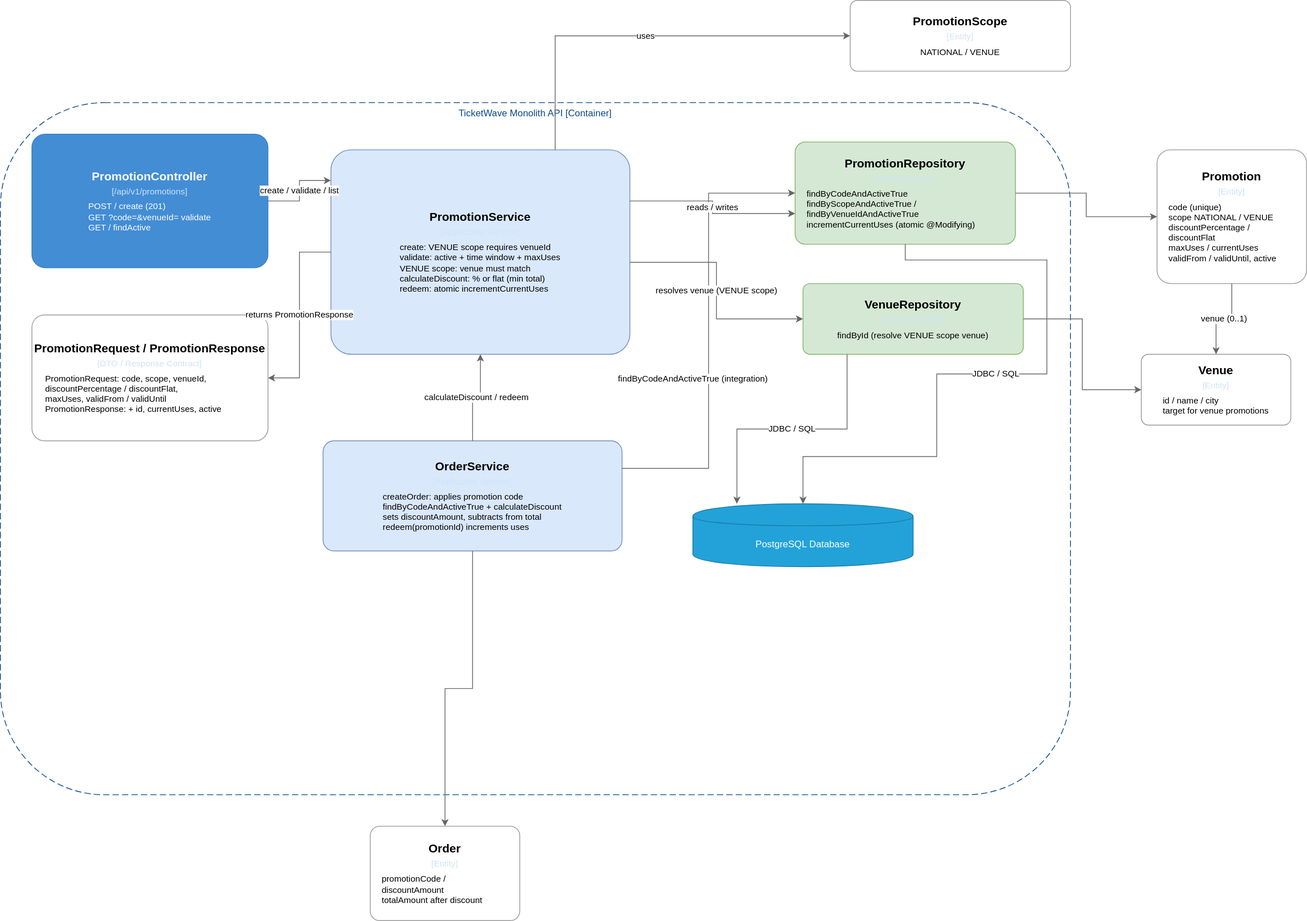
Earlier version of the draw.io export diagrams/c4model/ticketwave-c3-promotions-service.drawio.svg (Juanchoque1206/soe-TicketWave). Source tidied: cells renumbered, new cells last; positions are measured from the earlier drawing's top-left corner, leaving out a move shared by most shapes.
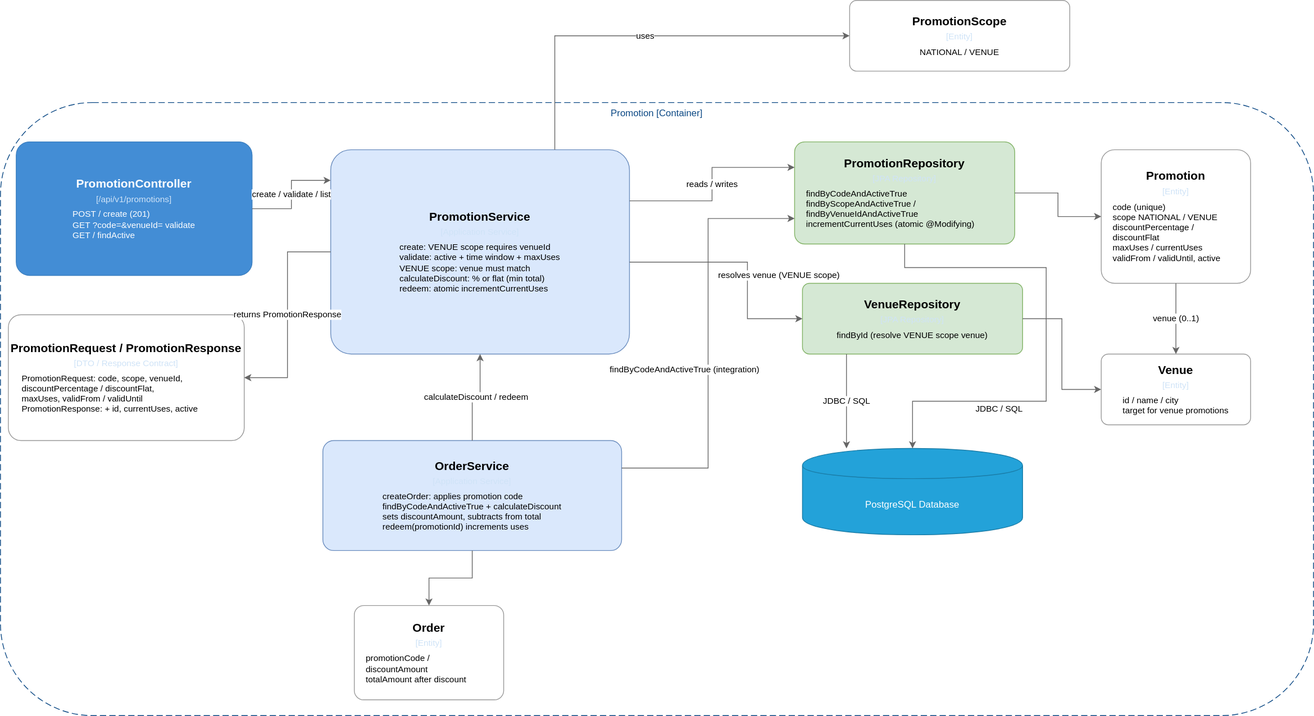
The same diagram one commit later.

Change to the diagram source:
```diff
@@ -2,14 +2,14 @@
   <root>
     <mxCell id="0" />
     <mxCell id="1" parent="0" />
-    <mxCell id="2" value="TicketWave Monolith API [Container]" style="group;rounded=1;whiteSpace=wrap;html=1;dashed=1;strokeColor=#0b4884;fillColor=none;fontColor=#0b4884;dashPattern=8 4;" parent="1" vertex="1">
-      <mxGeometry y="130" width="1360" height="880" as="geometry" />
+    <mxCell id="2" value="Promotion&amp;nbsp;[Container]" style="group;rounded=1;whiteSpace=wrap;html=1;dashed=1;strokeColor=#0b4884;fillColor=none;fontColor=#0b4884;dashPattern=8 4;" parent="1" vertex="1">
+      <mxGeometry y="130" width="1670" height="780" as="geometry" />
     </mxCell>
     <mxCell id="3" value="&lt;div style=&quot;border-color: rgb(218, 220, 224); font-size: 15px; font-weight: bold; margin-bottom: 4px;&quot;&gt;PromotionController&lt;/div&gt;&lt;div style=&quot;border-color: rgb(218, 220, 224); font-size: 11px; color: rgb(207, 227, 247); margin-bottom: 6px;&quot;&gt;[/api/v1/promotions]&lt;/div&gt;&lt;div style=&quot;border-color: rgb(218, 220, 224); font-size: 11px; text-align: left; padding: 0px 14px;&quot;&gt;POST /  create (201)&lt;/div&gt;&lt;div style=&quot;border-color: rgb(218, 220, 224); font-size: 11px; text-align: left; padding: 0px 14px;&quot;&gt;GET ?code=&amp;venueId=  validate&lt;/div&gt;&lt;div style=&quot;border-color: rgb(218, 220, 224); font-size: 11px; text-align: left; padding: 0px 14px;&quot;&gt;GET /  findActive&lt;/div&gt;" style="rounded=1;whiteSpace=wrap;html=1;fillColor=#438dd5;strokeColor=#3c7fc0;fontColor=#ffffff;arcSize=10;" parent="1" vertex="1">
-      <mxGeometry x="40" y="170" width="300" height="170" as="geometry" />
+      <mxGeometry x="20" y="180" width="300" height="170" as="geometry" />
     </mxCell>
     <mxCell id="4" value="&lt;div style=&quot;border-color: rgb(218, 220, 224); font-size: 15px; font-weight: bold; margin-bottom: 4px;&quot;&gt;PromotionRequest / PromotionResponse&lt;/div&gt;&lt;div style=&quot;border-color: rgb(218, 220, 224); font-size: 11px; color: rgb(207, 227, 247); margin-bottom: 6px;&quot;&gt;[DTO / Response Contract]&lt;/div&gt;&lt;div style=&quot;border-color: rgb(218, 220, 224); font-size: 11px; text-align: left; padding: 0px 14px;&quot;&gt;PromotionRequest: code, scope, venueId,&lt;/div&gt;&lt;div style=&quot;border-color: rgb(218, 220, 224); font-size: 11px; text-align: left; padding: 0px 14px;&quot;&gt;discountPercentage / discountFlat,&lt;/div&gt;&lt;div style=&quot;border-color: rgb(218, 220, 224); font-size: 11px; text-align: left; padding: 0px 14px;&quot;&gt;maxUses, validFrom / validUntil&lt;/div&gt;&lt;div style=&quot;border-color: rgb(218, 220, 224); font-size: 11px; text-align: left; padding: 0px 14px;&quot;&gt;PromotionResponse: + id, currentUses, active&lt;/div&gt;" style="rounded=1;whiteSpace=wrap;html=1;fillColor=#ffffff;strokeColor=#999999;arcSize=10;" parent="1" vertex="1">
-      <mxGeometry x="40" y="400" width="300" height="160" as="geometry" />
+      <mxGeometry x="10" y="400" width="300" height="160" as="geometry" />
     </mxCell>
     <mxCell id="5" value="&lt;div style=&quot;border-color: rgb(218, 220, 224); font-size: 15px; font-weight: bold; margin-bottom: 4px;&quot;&gt;PromotionService&lt;/div&gt;&lt;div style=&quot;border-color: rgb(218, 220, 224); font-size: 11px; color: rgb(207, 227, 247); margin-bottom: 6px;&quot;&gt;[Application Service]&lt;/div&gt;&lt;div style=&quot;border-color: rgb(218, 220, 224); font-size: 11px; text-align: left; padding: 0px 14px;&quot;&gt;create: VENUE scope requires venueId&lt;/div&gt;&lt;div style=&quot;border-color: rgb(218, 220, 224); font-size: 11px; text-align: left; padding: 0px 14px;&quot;&gt;validate: active + time window + maxUses&lt;/div&gt;&lt;div style=&quot;border-color: rgb(218, 220, 224); font-size: 11px; text-align: left; padding: 0px 14px;&quot;&gt;VENUE scope: venue must match&lt;/div&gt;&lt;div style=&quot;border-color: rgb(218, 220, 224); font-size: 11px; text-align: left; padding: 0px 14px;&quot;&gt;calculateDiscount: % or flat (min total)&lt;/div&gt;&lt;div style=&quot;border-color: rgb(218, 220, 224); font-size: 11px; text-align: left; padding: 0px 14px;&quot;&gt;redeem: atomic incrementCurrentUses&lt;/div&gt;" style="rounded=1;whiteSpace=wrap;html=1;fillColor=#dae8fc;strokeColor=#6c8ebf;arcSize=10;" parent="1" vertex="1">
       <mxGeometry x="420" y="190" width="380" height="260" as="geometry" />
@@ -27,16 +27,16 @@
       <mxGeometry x="1080" width="280" height="90" as="geometry" />
     </mxCell>
     <mxCell id="10" value="PostgreSQL Database" style="shape=cylinder;whiteSpace=wrap;html=1;boundedLbl=1;backgroundOutline=1;fillColor=#23a2d9;strokeColor=#1a7da8;fontColor=#ffffff;" parent="1" vertex="1">
-      <mxGeometry x="880" y="640" width="280" height="80" as="geometry" />
+      <mxGeometry x="1020" y="570" width="280" height="110" as="geometry" />
     </mxCell>
     <mxCell id="11" value="&lt;div style=&quot;border-color: rgb(218, 220, 224); font-size: 15px; font-weight: bold; margin-bottom: 4px;&quot;&gt;Promotion&lt;/div&gt;&lt;div style=&quot;border-color: rgb(218, 220, 224); font-size: 11px; color: rgb(207, 227, 247); margin-bottom: 6px;&quot;&gt;[Entity]&lt;/div&gt;&lt;div style=&quot;border-color: rgb(218, 220, 224); font-size: 11px; text-align: left; padding: 0px 14px;&quot;&gt;code (unique)&lt;/div&gt;&lt;div style=&quot;border-color: rgb(218, 220, 224); font-size: 11px; text-align: left; padding: 0px 14px;&quot;&gt;scope NATIONAL / VENUE&lt;/div&gt;&lt;div style=&quot;border-color: rgb(218, 220, 224); font-size: 11px; text-align: left; padding: 0px 14px;&quot;&gt;discountPercentage / discountFlat&lt;/div&gt;&lt;div style=&quot;border-color: rgb(218, 220, 224); font-size: 11px; text-align: left; padding: 0px 14px;&quot;&gt;maxUses / currentUses&lt;/div&gt;&lt;div style=&quot;border-color: rgb(218, 220, 224); font-size: 11px; text-align: left; padding: 0px 14px;&quot;&gt;validFrom / validUntil, active&lt;/div&gt;" style="rounded=1;whiteSpace=wrap;html=1;fillColor=#ffffff;strokeColor=#999999;arcSize=10;" parent="1" vertex="1">
-      <mxGeometry x="1470" y="190" width="190" height="170" as="geometry" />
+      <mxGeometry x="1400" y="190" width="190" height="170" as="geometry" />
     </mxCell>
     <mxCell id="12" value="&lt;div style=&quot;border-color: rgb(218, 220, 224); font-size: 15px; font-weight: bold; margin-bottom: 4px;&quot;&gt;Venue&lt;/div&gt;&lt;div style=&quot;border-color: rgb(218, 220, 224); font-size: 11px; color: rgb(207, 227, 247); margin-bottom: 6px;&quot;&gt;[Entity]&lt;/div&gt;&lt;div style=&quot;border-color: rgb(218, 220, 224); font-size: 11px; text-align: left; padding: 0px 14px;&quot;&gt;id / name / city&lt;/div&gt;&lt;div style=&quot;border-color: rgb(218, 220, 224); font-size: 11px; text-align: left; padding: 0px 14px;&quot;&gt;target for venue promotions&lt;/div&gt;" style="rounded=1;whiteSpace=wrap;html=1;fillColor=#ffffff;strokeColor=#999999;arcSize=10;" parent="1" vertex="1">
-      <mxGeometry x="1450" y="450" width="190" height="90" as="geometry" />
+      <mxGeometry x="1400" y="450" width="190" height="90" as="geometry" />
     </mxCell>
     <mxCell id="13" value="&lt;div style=&quot;border-color: rgb(218, 220, 224); font-size: 15px; font-weight: bold; margin-bottom: 4px;&quot;&gt;Order&lt;/div&gt;&lt;div style=&quot;border-color: rgb(218, 220, 224); font-size: 11px; color: rgb(207, 227, 247); margin-bottom: 6px;&quot;&gt;[Entity]&lt;/div&gt;&lt;div style=&quot;border-color: rgb(218, 220, 224); font-size: 11px; text-align: left; padding: 0px 14px;&quot;&gt;promotionCode / discountAmount&lt;/div&gt;&lt;div style=&quot;border-color: rgb(218, 220, 224); font-size: 11px; text-align: left; padding: 0px 14px;&quot;&gt;totalAmount after discount&lt;/div&gt;" style="rounded=1;whiteSpace=wrap;html=1;fillColor=#ffffff;strokeColor=#999999;arcSize=10;" parent="1" vertex="1">
-      <mxGeometry x="470" y="1050" width="190" height="120" as="geometry" />
+      <mxGeometry x="450" y="770" width="190" height="120" as="geometry" />
     </mxCell>
     <mxCell id="14" value="create / validate / list" style="edgeStyle=orthogonalEdgeStyle;rounded=0;html=1;strokeColor=#666666;exitX=1;exitY=0.5;entryX=0;entryY=0.15;" parent="1" edge="1" source="3" target="5">
       <mxGeometry relative="1" as="geometry" />
@@ -47,16 +47,19 @@
     <mxCell id="16" value="calculateDiscount / redeem" style="edgeStyle=orthogonalEdgeStyle;rounded=0;html=1;strokeColor=#666666;exitX=0.5;exitY=0;entryX=0.5;entryY=1;" parent="1" edge="1" source="6" target="5">
       <mxGeometry relative="1" as="geometry" />
     </mxCell>
-    <mxCell id="17" value="findByCodeAndActiveTrue (integration)" style="edgeStyle=orthogonalEdgeStyle;rounded=0;html=1;strokeColor=#666666;exitX=1;exitY=0.25;entryX=0;entryY=0.5;entryDx=0;entryDy=0;" parent="1" edge="1" source="6" target="7">
-      <mxGeometry x="-0.21" y="20" relative="1" as="geometry">
-        <mxPoint y="1" as="offset" />
-      </mxGeometry>
+    <mxCell id="17" value="findByCodeAndActiveTrue (integration)" style="edgeStyle=orthogonalEdgeStyle;rounded=0;html=1;strokeColor=#666666;exitX=1;exitY=0.25;entryX=0;entryY=0.75;entryDx=0;entryDy=0;" parent="1" edge="1" source="6" target="7">
+      <mxGeometry x="-0.13" y="30" relative="1" as="geometry" />
     </mxCell>
-    <mxCell id="18" value="reads / writes" style="edgeStyle=orthogonalEdgeStyle;rounded=0;html=1;strokeColor=#666666;exitX=1;exitY=0.25;entryX=0;entryY=0.7;" parent="1" edge="1" source="5" target="7">
+    <mxCell id="18" value="reads / writes" style="edgeStyle=orthogonalEdgeStyle;rounded=0;html=1;strokeColor=#666666;exitX=1;exitY=0.25;entryX=0;entryY=0.25;entryDx=0;entryDy=0;" parent="1" edge="1" source="5" target="7">
       <mxGeometry relative="1" as="geometry" />
     </mxCell>
     <mxCell id="19" value="resolves venue (VENUE scope)" style="edgeStyle=orthogonalEdgeStyle;rounded=0;html=1;strokeColor=#666666;exitX=1;exitY=0.55;entryX=0;entryY=0.5;" parent="1" edge="1" source="5" target="8">
-      <mxGeometry relative="1" as="geometry" />
+      <mxGeometry x="0.14" y="40" relative="1" as="geometry">
+        <Array as="points">
+          <mxPoint x="950" y="333" />
+          <mxPoint x="950" y="405" />
+        </Array>
+      </mxGeometry>
     </mxCell>
     <mxCell id="20" value="uses" style="edgeStyle=orthogonalEdgeStyle;rounded=0;html=1;strokeColor=#666666;exitX=0.75;exitY=0;entryX=0;entryY=0.5;exitDx=0;exitDy=0;" parent="1" edge="1" source="5" target="9">
       <mxGeometry relative="1" as="geometry" />
@@ -74,14 +77,12 @@
       <mxGeometry relative="1" as="geometry" />
     </mxCell>
     <mxCell id="25" value="JDBC / SQL" style="edgeStyle=orthogonalEdgeStyle;rounded=0;html=1;strokeColor=#666666;exitX=0.5;exitY=1;entryX=0.5;entryY=0;" parent="1" edge="1" source="7" target="10">
-      <mxGeometry relative="1" as="geometry">
+      <mxGeometry x="0.44" y="10" relative="1" as="geometry">
         <Array as="points">
-          <mxPoint x="1150" y="330" />
-          <mxPoint x="1330" y="330" />
-          <mxPoint x="1330" y="475" />
-          <mxPoint x="1190" y="475" />
-          <mxPoint x="1190" y="580" />
-          <mxPoint x="1020" y="580" />
+          <mxPoint x="1150" y="340" />
+          <mxPoint x="1330" y="340" />
+          <mxPoint x="1330" y="510" />
+          <mxPoint x="1160" y="510" />
         </Array>
       </mxGeometry>
     </mxCell>
```
